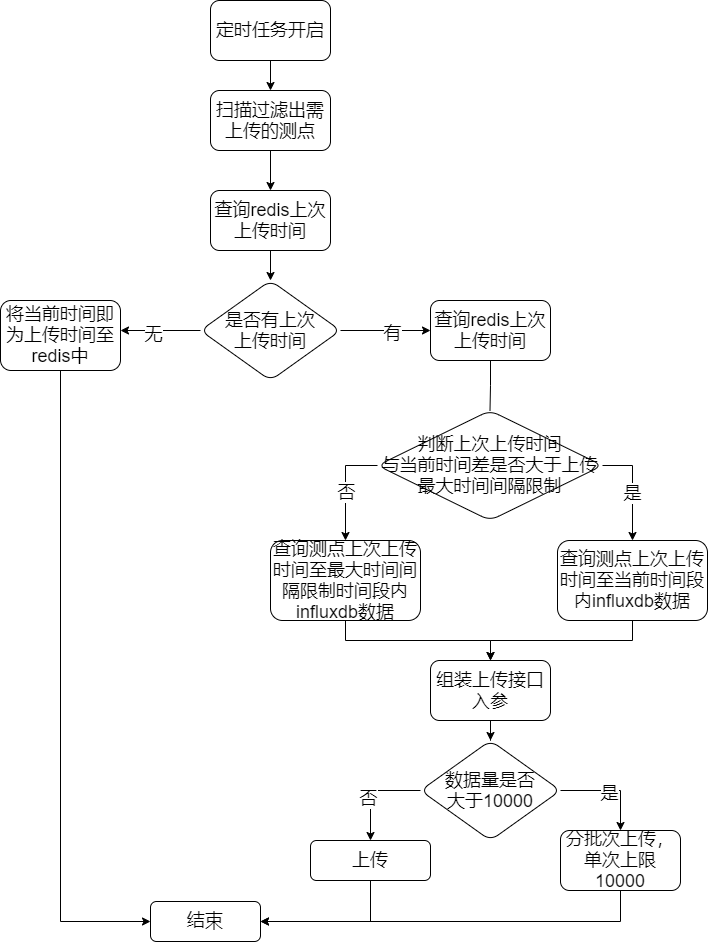
Above: Untitled Diagram.png in tianxie110/tianxie (draw.io), before the change. Source tidied: cells renumbered, new cells last; positions are measured from the earlier drawing's top-left corner, leaving out a move shared by most shapes.
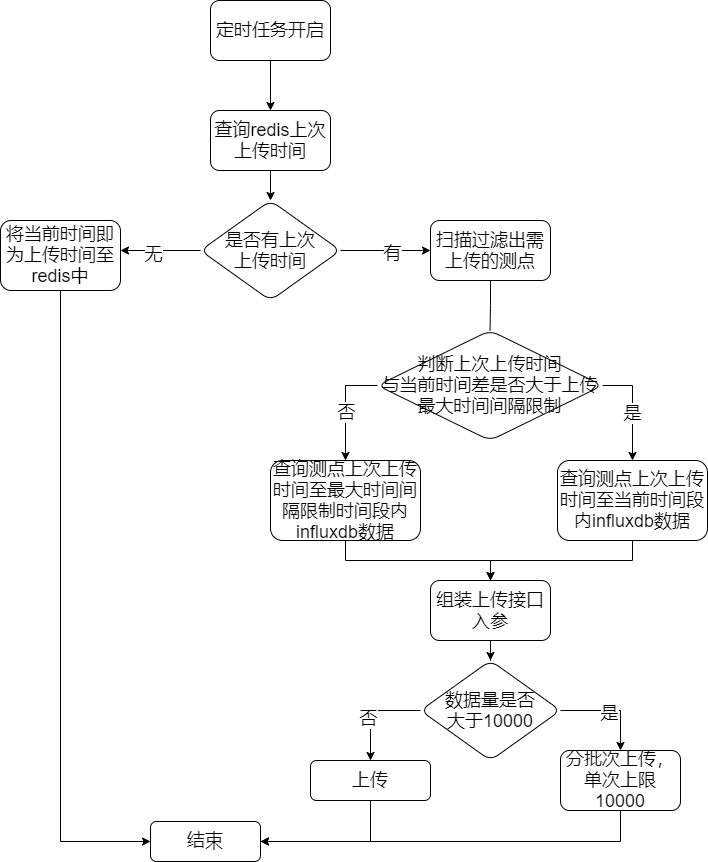
Above is the later version.

Change to the diagram source:
```diff
@@ -2,18 +2,12 @@
   <root>
     <mxCell id="0" />
     <mxCell id="1" parent="0" />
-    <mxCell id="2" style="edgeStyle=orthogonalEdgeStyle;rounded=0;jettySize=auto;html=1;" parent="1" edge="1" source="3" target="5">
-      <mxGeometry relative="1" as="geometry" />
-    </mxCell>
     <mxCell id="3" value="&lt;font style=&quot;font-size: 18px&quot;&gt;定时任务开启&lt;/font&gt;" style="rounded=1;whiteSpace=wrap;html=1;shadow=0;glass=0;sketch=0;" parent="1" vertex="1">
-      <mxGeometry x="210" width="120" height="60" as="geometry" />
+      <mxGeometry x="210" y="80" width="120" height="60" as="geometry" />
     </mxCell>
-    <mxCell id="4" style="edgeStyle=orthogonalEdgeStyle;rounded=0;jettySize=auto;html=1;" parent="1" edge="1" source="5" target="7">
+    <mxCell id="4" style="edgeStyle=orthogonalEdgeStyle;rounded=0;jettySize=auto;html=1;exitX=0.5;exitY=1;exitDx=0;exitDy=0;" parent="1" edge="1" source="3" target="7">
       <mxGeometry relative="1" as="geometry" />
     </mxCell>
-    <mxCell id="5" value="&lt;font style=&quot;font-size: 18px&quot;&gt;扫描过滤出需上传的测点&lt;/font&gt;" style="rounded=1;whiteSpace=wrap;html=1;" parent="1" vertex="1">
-      <mxGeometry x="210" y="90" width="120" height="60" as="geometry" />
-    </mxCell>
     <mxCell id="6" style="edgeStyle=orthogonalEdgeStyle;rounded=0;jettySize=auto;html=1;" parent="1" edge="1" source="7" target="12">
       <mxGeometry relative="1" as="geometry" />
     </mxCell>
@@ -61,7 +55,7 @@
         <mxPoint x="-3" as="offset" />
       </mxGeometry>
     </mxCell>
-    <mxCell id="17" value="&lt;font style=&quot;font-size: 18px&quot;&gt;查询redis上次上传时间&lt;/font&gt;" style="whiteSpace=wrap;html=1;rounded=1;" parent="1" vertex="1">
+    <mxCell id="17" value="&lt;span style=&quot;font-size: 18px&quot;&gt;扫描过滤出需上传的测点&lt;/span&gt;" style="whiteSpace=wrap;html=1;rounded=1;" parent="1" vertex="1">
       <mxGeometry x="430" y="300" width="120" height="60" as="geometry" />
     </mxCell>
     <mxCell id="18" value="&lt;font style=&quot;font-size: 18px&quot;&gt;结束&lt;/font&gt;" style="whiteSpace=wrap;html=1;rounded=1;" parent="1" vertex="1">
```
